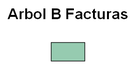
Above: Fase2/Reportes/facturas.png in Saloj17/-EDD-1S2025_201900081 (Graphviz), before the change. Its source is kept beside it as Fase2/Reportes/facturas.dot.
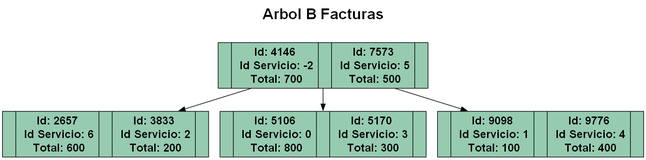
The same diagram one commit later.

Change to the diagram source:
```diff
@@ -6,5 +6,11 @@
   labelloc = "t";
   fontsize = 24;
   fontname = "Helvetica-Bold";
-  nodo_32347029 [label="" style="filled" fillcolor="#96cbb0" fontname="Helvetica-Bold" fontsize = 18];
+  nodo_58870012 [label=" |Id: 4146\n Id Servicio: -2\n Total: 700| |Id: 7573\n Id Servicio: 5\n Total: 500|" style="filled" fillcolor="#96cbb0" fontname="Helvetica-Bold" fontsize = 18];
+  nodo_60068066 [label=" |Id: 2657\n Id Servicio: 6\n Total: 600| |Id: 3833\n Id Servicio: 2\n Total: 200|" style="filled" fillcolor="#96cbb0" fontname="Helvetica-Bold" fontsize = 18];
+  nodo_58870012 -> nodo_60068066;
+  nodo_3741682 [label=" |Id: 5106\n Id Servicio: 0\n Total: 800| |Id: 5170\n Id Servicio: 3\n Total: 300|" style="filled" fillcolor="#96cbb0" fontname="Helvetica-Bold" fontsize = 18];
+  nodo_58870012 -> nodo_3741682;
+  nodo_33675143 [label=" |Id: 9098\n Id Servicio: 1\n Total: 100| |Id: 9776\n Id Servicio: 4\n Total: 400|" style="filled" fillcolor="#96cbb0" fontname="Helvetica-Bold" fontsize = 18];
+  nodo_58870012 -> nodo_33675143;
 }
```
